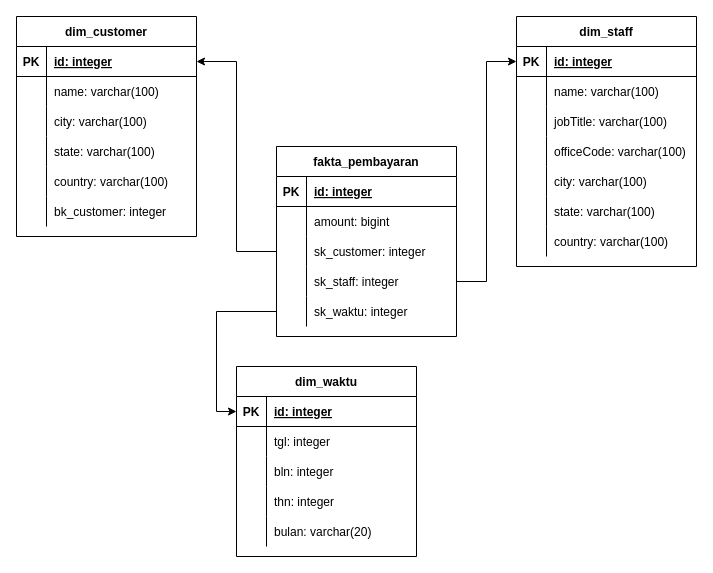
This is TM-4/desain-dwh.drawio from tamami-phb/dwh-b, a draw.io file, before an edit. Source tidied: cells renumbered, new cells numbered last; positions are measured from the earlier drawing's top-left corner, leaving out a move shared by most shapes. Both pictures are drawn from the tidied source at 100%, with x=0, y=0 at pixel (16, 16).
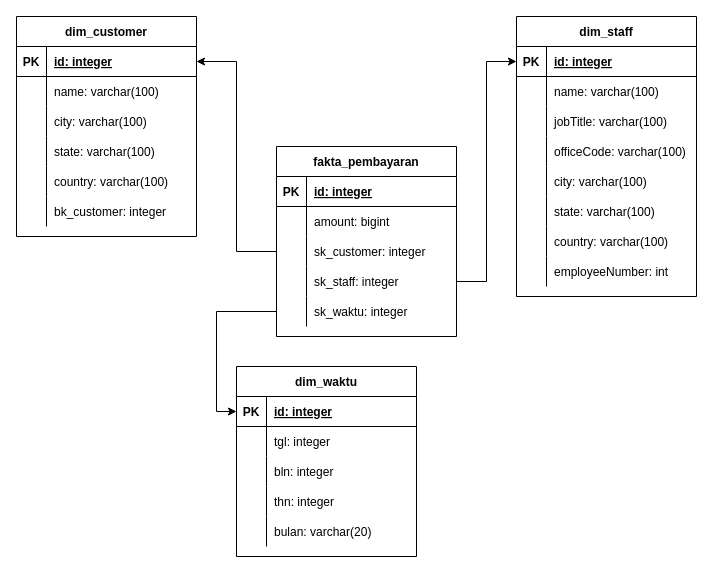
The same page after the edit.

Change to the diagram source:
```diff
@@
     <mxCell id="38" value="dim_staff" style="shape=table;startSize=30;childLayout=tableLayout;rowLines=0;fontStyle=1;align=center;" parent="1" vertex="1">
-      <mxGeometry x="500" width="180" height="250" as="geometry" />
+      <mxGeometry x="500" width="180" height="280" as="geometry" />
     </mxCell>
@@
+    <mxCell id="78" style="shape=partialRectangle;fillColor=none;top=0;left=0;bottom=0;right=0;" parent="38" vertex="1">
+      <mxGeometry y="240" width="180" height="30" as="geometry" />
+    </mxCell>
+    <mxCell id="79" style="shape=partialRectangle;fillColor=none;top=0;left=0;bottom=0;right=0;overflow=hidden;" parent="78" vertex="1">
+      <mxGeometry width="30" height="30" as="geometry" />
+    </mxCell>
+    <mxCell id="80" value="employeeNumber: int" style="shape=partialRectangle;fillColor=none;top=0;left=0;bottom=0;right=0;align=left;spacingLeft=6;overflow=hidden;" parent="78" vertex="1">
+      <mxGeometry x="30" width="150" height="30" as="geometry" />
+    </mxCell>
```
